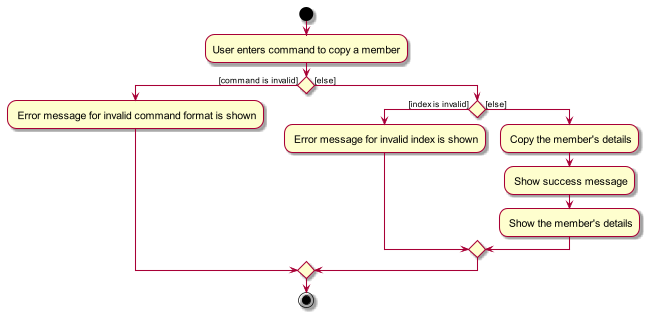
The PlantUML diagram docs/images/CopyMemberActivityDiagram.png in nus-cs2103-AY2324S1/tp, before a commit.
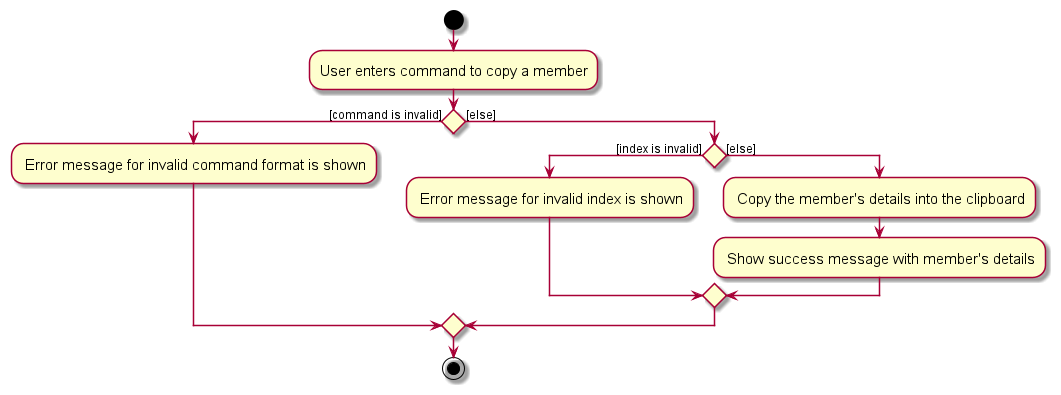
After the change.

Change to the diagram source:
```diff
@@ -11,9 +11,8 @@
     if () then ([index is invalid])
         : Error message for invalid index is shown;
     else ([else])
-        : Copy the member's details;
-        : Show success message;
-        : Show the member's details;
+        : Copy the member's details into the clipboard;
+        : Show success message with member's details;
     endif
 endif
 stop
```
